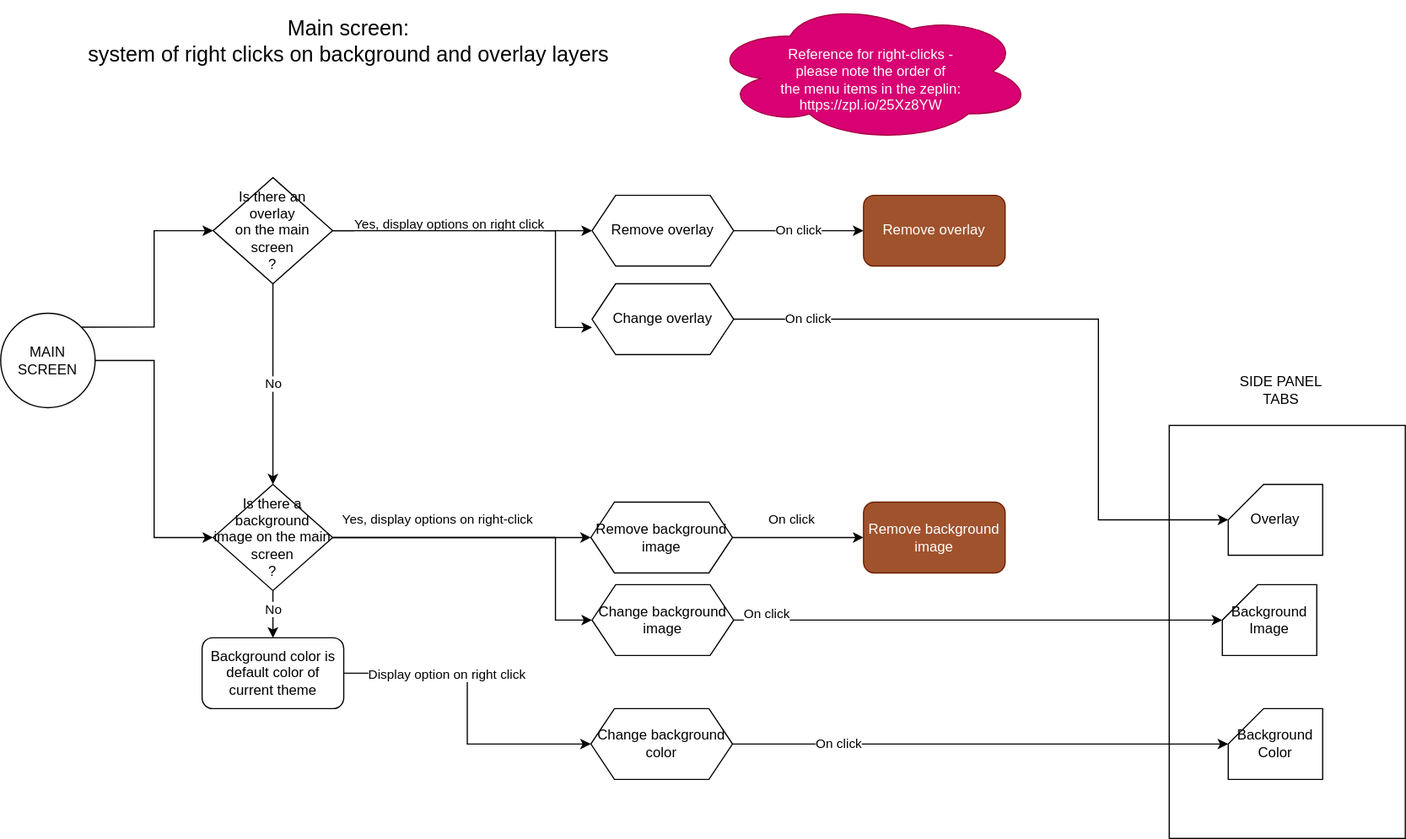
This is modules/components/main-screen-right-clicks.drawio.svg from ji-devs/ji-cloud-flowcharts, a draw.io export, as it was before one commit. Source tidied: cells renumbered, new cells last; positions are measured from the earlier drawing's top-left corner, leaving out a move shared by most shapes. The source it was exported from:
```xml
<mxGraphModel>
  <root>
    <mxCell id="0" />
    <mxCell id="1" parent="0" />
    <mxCell id="2" style="rounded=0;whiteSpace=wrap;html=1;" parent="1" vertex="1">
      <mxGeometry x="990" y="360" width="200" height="350" as="geometry" />
    </mxCell>
    <mxCell id="3" value="&lt;font style=&quot;font-size: 18px&quot;&gt;Main screen:&amp;nbsp;&lt;br&gt;system of right clicks on background and overlay layers&lt;/font&gt;" style="text;html=1;strokeColor=none;fillColor=none;align=center;verticalAlign=middle;whiteSpace=wrap;rounded=0;" parent="1" vertex="1">
      <mxGeometry y="10" width="590" height="50" as="geometry" />
    </mxCell>
    <mxCell id="4" style="edgeStyle=orthogonalEdgeStyle;rounded=0;jettySize=auto;html=1;exitX=1;exitY=0;exitDx=0;exitDy=0;entryX=0;entryY=0.5;entryDx=0;entryDy=0;" parent="1" edge="1" source="6" target="19">
      <mxGeometry relative="1" as="geometry" />
    </mxCell>
    <mxCell id="5" style="edgeStyle=orthogonalEdgeStyle;rounded=0;jettySize=auto;html=1;exitX=1;exitY=0.5;exitDx=0;exitDy=0;entryX=0;entryY=0.5;entryDx=0;entryDy=0;" parent="1" edge="1" source="6" target="11">
      <mxGeometry relative="1" as="geometry" />
    </mxCell>
    <mxCell id="6" value="MAIN SCREEN" style="ellipse;whiteSpace=wrap;html=1;" parent="1" vertex="1">
      <mxGeometry y="265" width="80" height="80" as="geometry" />
    </mxCell>
    <mxCell id="7" value="Background Color" style="shape=card;whiteSpace=wrap;html=1;" parent="1" vertex="1">
      <mxGeometry x="1040" y="600" width="80" height="60" as="geometry" />
    </mxCell>
    <mxCell id="8" value="Yes, display options on right-click" style="edgeStyle=orthogonalEdgeStyle;rounded=0;jettySize=auto;html=1;entryX=0;entryY=0.5;entryDx=0;entryDy=0;" parent="1" edge="1" source="11" target="12">
      <mxGeometry x="-0.19" y="15" relative="1" as="geometry" />
    </mxCell>
    <mxCell id="9" value="No" style="edgeStyle=orthogonalEdgeStyle;rounded=0;jettySize=auto;html=1;exitX=0.5;exitY=1;exitDx=0;exitDy=0;entryX=0.5;entryY=0;entryDx=0;entryDy=0;" parent="1" edge="1" source="11" target="31">
      <mxGeometry x="0.56" y="-15" relative="1" as="geometry">
        <mxPoint x="15" y="-15" as="offset" />
      </mxGeometry>
    </mxCell>
    <mxCell id="10" style="edgeStyle=orthogonalEdgeStyle;rounded=0;jettySize=auto;html=1;exitX=1;exitY=0.5;exitDx=0;exitDy=0;" parent="1" edge="1" source="11" target="26">
      <mxGeometry relative="1" as="geometry">
        <Array as="points">
          <mxPoint x="470" y="455" />
          <mxPoint x="470" y="525" />
        </Array>
      </mxGeometry>
    </mxCell>
    <mxCell id="11" value="Is there a background&amp;nbsp;&lt;br&gt;image on the main screen&lt;br&gt;?" style="rhombus;whiteSpace=wrap;html=1;" parent="1" vertex="1">
      <mxGeometry x="180" y="410" width="101.2" height="90" as="geometry" />
    </mxCell>
    <mxCell id="12" value="Remove background image" style="shape=hexagon;perimeter=hexagonPerimeter2;whiteSpace=wrap;html=1;fixedSize=1;" parent="1" vertex="1">
      <mxGeometry x="500" y="425" width="120" height="60" as="geometry" />
    </mxCell>
    <mxCell id="13" value="On click" style="edgeStyle=orthogonalEdgeStyle;rounded=0;jettySize=auto;html=1;entryX=0;entryY=0;entryDx=0;entryDy=30;entryPerimeter=0;exitX=1;exitY=0.5;exitDx=0;exitDy=0;" parent="1" edge="1" source="14" target="7">
      <mxGeometry x="-0.57" relative="1" as="geometry">
        <Array as="points">
          <mxPoint x="910" y="630" />
          <mxPoint x="910" y="630" />
        </Array>
      </mxGeometry>
    </mxCell>
    <mxCell id="14" value="Change background color" style="shape=hexagon;perimeter=hexagonPerimeter2;whiteSpace=wrap;html=1;fixedSize=1;" parent="1" vertex="1">
      <mxGeometry x="500" y="600" width="120" height="60" as="geometry" />
    </mxCell>
    <mxCell id="15" value="Overlay" style="shape=card;whiteSpace=wrap;html=1;" parent="1" vertex="1">
      <mxGeometry x="1040" y="410" width="80" height="60" as="geometry" />
    </mxCell>
    <mxCell id="16" value="Yes, display options on right click" style="edgeStyle=orthogonalEdgeStyle;rounded=0;jettySize=auto;html=1;exitX=1;exitY=0.5;exitDx=0;exitDy=0;entryX=0;entryY=0.5;entryDx=0;entryDy=0;" parent="1" edge="1" source="19" target="21">
      <mxGeometry x="-0.1" y="5" relative="1" as="geometry">
        <Array as="points">
          <mxPoint x="431" y="195" />
          <mxPoint x="431" y="195" />
        </Array>
      </mxGeometry>
    </mxCell>
    <mxCell id="17" value="No" style="edgeStyle=orthogonalEdgeStyle;rounded=0;jettySize=auto;html=1;exitX=0.5;exitY=1;exitDx=0;exitDy=0;entryX=0.5;entryY=0;entryDx=0;entryDy=0;" parent="1" edge="1" source="19" target="11">
      <mxGeometry relative="1" as="geometry" />
    </mxCell>
    <mxCell id="18" style="edgeStyle=orthogonalEdgeStyle;rounded=0;jettySize=auto;html=1;exitX=1;exitY=0.5;exitDx=0;exitDy=0;entryX=0;entryY=0.617;entryDx=0;entryDy=0;entryPerimeter=0;" parent="1" edge="1" source="19" target="28">
      <mxGeometry relative="1" as="geometry">
        <Array as="points">
          <mxPoint x="470" y="195" />
          <mxPoint x="470" y="277" />
        </Array>
      </mxGeometry>
    </mxCell>
    <mxCell id="19" value="Is there an &lt;br&gt;overlay&lt;br&gt;on the main screen&lt;br&gt;?" style="rhombus;whiteSpace=wrap;html=1;" parent="1" vertex="1">
      <mxGeometry x="180" y="150" width="101.2" height="90" as="geometry" />
    </mxCell>
    <mxCell id="20" value="On click" style="edgeStyle=orthogonalEdgeStyle;rounded=0;jettySize=auto;html=1;entryX=0;entryY=0.5;entryDx=0;entryDy=0;" parent="1" edge="1" source="21" target="23">
      <mxGeometry relative="1" as="geometry" />
    </mxCell>
    <mxCell id="21" value="Remove overlay" style="shape=hexagon;perimeter=hexagonPerimeter2;whiteSpace=wrap;html=1;fixedSize=1;" parent="1" vertex="1">
      <mxGeometry x="501" y="165" width="120" height="60" as="geometry" />
    </mxCell>
    <mxCell id="22" value="&lt;br&gt;&lt;span style=&quot;color: rgb(255 , 255 , 255) ; font-family: &amp;#34;helvetica&amp;#34; ; font-size: 12px ; font-style: normal ; font-weight: 400 ; letter-spacing: normal ; text-align: left ; text-indent: 0px ; text-transform: none ; word-spacing: 0px ; display: inline ; float: none&quot;&gt;Reference for right-clicks - &lt;br&gt;please note the order of &lt;br&gt;the menu items in the zeplin:&lt;/span&gt;&lt;br style=&quot;color: rgb(255 , 255 , 255) ; font-family: &amp;#34;helvetica&amp;#34; ; font-size: 12px ; font-style: normal ; font-weight: 400 ; letter-spacing: normal ; text-align: left ; text-indent: 0px ; text-transform: none ; word-spacing: 0px&quot;&gt;&lt;span style=&quot;color: rgb(255 , 255 , 255) ; font-family: &amp;#34;helvetica&amp;#34; ; font-size: 12px ; font-style: normal ; font-weight: 400 ; letter-spacing: normal ; text-align: left ; text-indent: 0px ; text-transform: none ; word-spacing: 0px ; display: inline ; float: none&quot;&gt;https://zpl.io/25Xz8YW&lt;/span&gt;" style="ellipse;shape=cloud;whiteSpace=wrap;html=1;fillColor=#d80073;strokeColor=#A50040;fontColor=#ffffff;" parent="1" vertex="1">
      <mxGeometry x="600" width="275" height="120" as="geometry" />
    </mxCell>
    <mxCell id="23" value="Remove overlay&amp;nbsp;" style="rounded=1;whiteSpace=wrap;html=1;fillColor=#a0522d;strokeColor=#6D1F00;fontColor=#ffffff;" parent="1" vertex="1">
      <mxGeometry x="731" y="165" width="120" height="60" as="geometry" />
    </mxCell>
    <mxCell id="24" value="On click" style="edgeStyle=orthogonalEdgeStyle;rounded=0;jettySize=auto;html=1;entryX=0;entryY=0.5;entryDx=0;entryDy=0;" parent="1" edge="1" source="12" target="25">
      <mxGeometry x="-0.1" y="15" relative="1" as="geometry" />
    </mxCell>
    <mxCell id="25" value="Remove background image" style="rounded=1;whiteSpace=wrap;html=1;fillColor=#a0522d;strokeColor=#6D1F00;fontColor=#ffffff;" parent="1" vertex="1">
      <mxGeometry x="731" y="425" width="120" height="60" as="geometry" />
    </mxCell>
    <mxCell id="26" value="Change background image" style="shape=hexagon;perimeter=hexagonPerimeter2;whiteSpace=wrap;html=1;fixedSize=1;" parent="1" vertex="1">
      <mxGeometry x="501" y="495" width="120" height="60" as="geometry" />
    </mxCell>
    <mxCell id="27" value="On click" style="edgeStyle=orthogonalEdgeStyle;rounded=0;jettySize=auto;html=1;exitX=1;exitY=0.5;exitDx=0;exitDy=0;entryX=0;entryY=0;entryDx=0;entryDy=30;entryPerimeter=0;" parent="1" edge="1" source="28" target="15">
      <mxGeometry x="-0.79" relative="1" as="geometry">
        <Array as="points">
          <mxPoint x="930" y="270" />
          <mxPoint x="930" y="440" />
        </Array>
      </mxGeometry>
    </mxCell>
    <mxCell id="28" value="Change overlay" style="shape=hexagon;perimeter=hexagonPerimeter2;whiteSpace=wrap;html=1;fixedSize=1;" parent="1" vertex="1">
      <mxGeometry x="501" y="240" width="120" height="60" as="geometry" />
    </mxCell>
    <mxCell id="29" style="edgeStyle=orthogonalEdgeStyle;rounded=0;jettySize=auto;html=1;entryX=0;entryY=0.5;entryDx=0;entryDy=0;" parent="1" edge="1" source="31" target="14">
      <mxGeometry relative="1" as="geometry" />
    </mxCell>
    <mxCell id="30" value="Display option on right click" style="edgeLabel;html=1;align=center;verticalAlign=middle;" parent="29" vertex="1">
      <mxGeometry x="-0.35" relative="1" as="geometry" />
    </mxCell>
    <mxCell id="31" value="Background color is default color of current theme" style="rounded=1;whiteSpace=wrap;html=1;" parent="1" vertex="1">
      <mxGeometry x="170.6" y="540" width="120" height="60" as="geometry" />
    </mxCell>
    <mxCell id="32" value="SIDE PANEL TABS" style="text;html=1;strokeColor=none;fillColor=none;align=center;verticalAlign=middle;whiteSpace=wrap;rounded=0;" parent="1" vertex="1">
      <mxGeometry x="1040" y="320" width="90" height="20" as="geometry" />
    </mxCell>
    <mxCell id="33" value="Background Image" style="shape=card;whiteSpace=wrap;html=1;" parent="1" vertex="1">
      <mxGeometry x="1035" y="495" width="80" height="60" as="geometry" />
    </mxCell>
    <mxCell id="34" value="On click" style="edgeStyle=orthogonalEdgeStyle;rounded=0;jettySize=auto;html=1;exitX=1;exitY=0.5;exitDx=0;exitDy=0;" parent="1" edge="1" source="26" target="33">
      <mxGeometry x="-0.87" y="5" relative="1" as="geometry" />
    </mxCell>
  </root>
</mxGraphModel>
```
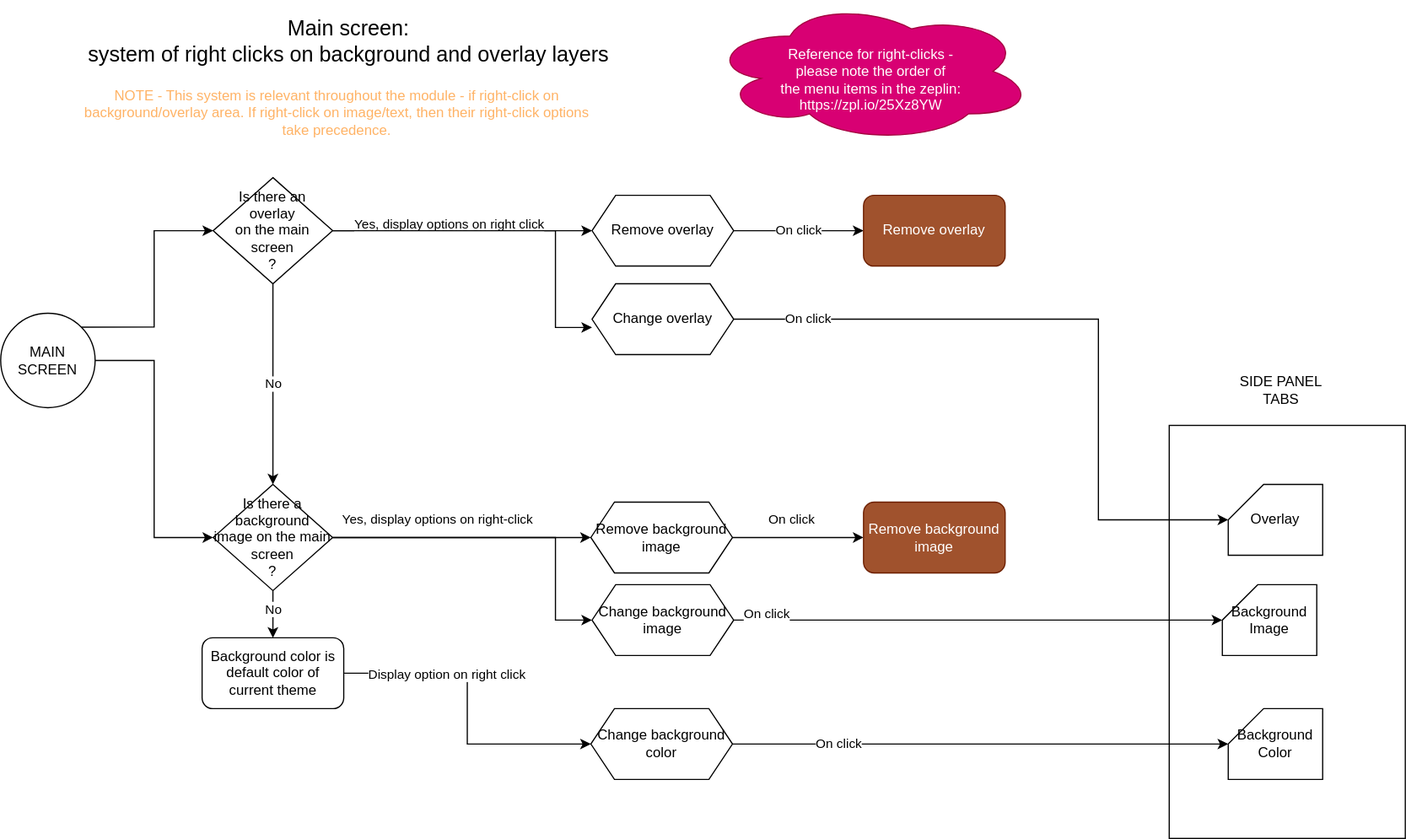
Later version of the same file.

Commit message:
improvements to flow charts

Diff of the diagram source:
```diff
@@ -128,5 +128,8 @@
     <mxCell id="34" value="On click" style="edgeStyle=orthogonalEdgeStyle;rounded=0;jettySize=auto;html=1;exitX=1;exitY=0.5;exitDx=0;exitDy=0;" parent="1" edge="1" source="26" target="33">
       <mxGeometry x="-0.87" y="5" relative="1" as="geometry" />
     </mxCell>
+    <mxCell id="35" value="&lt;font color=&quot;#ffb366&quot;&gt;NOTE - This system is relevant throughout the module - if right-click on background/overlay area. If right-click on image/text, then their right-click options take precedence.&lt;/font&gt;" style="text;html=1;strokeColor=none;fillColor=none;align=center;verticalAlign=middle;whiteSpace=wrap;rounded=0;" parent="1" vertex="1">
+      <mxGeometry x="70" y="60" width="430" height="70" as="geometry" />
+    </mxCell>
   </root>
 </mxGraphModel>
```
